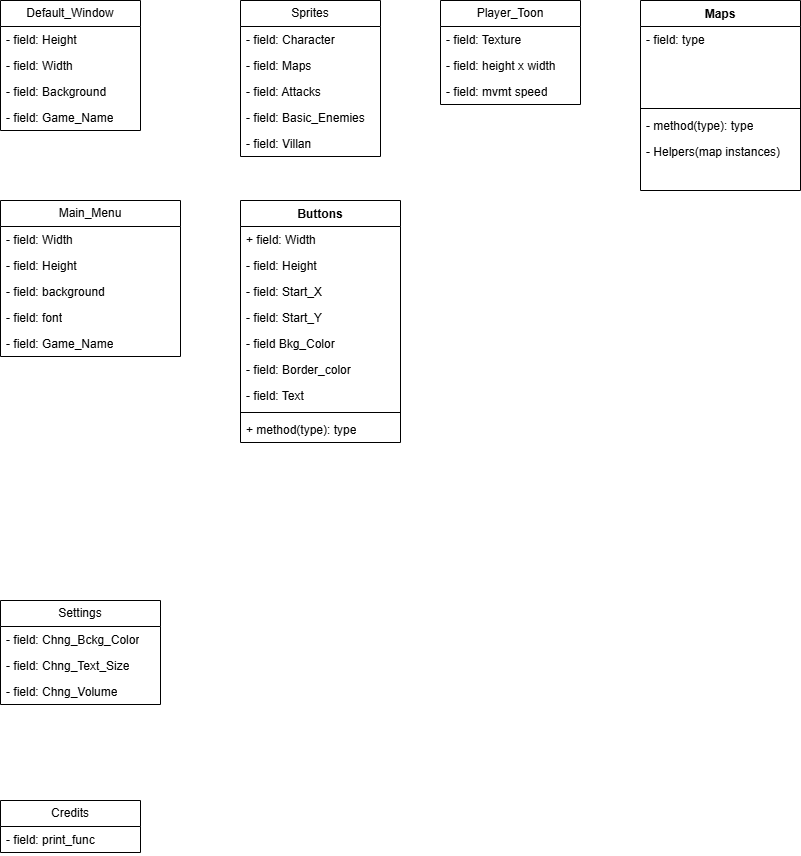
This is Documentation/UMLs/Rob_UML_WK1.4.drawio.png from gilbertk23/Code-R.O.B, a draw.io export, as it was before one commit. Source tidied: cells renumbered, new cells last; positions are measured from the earlier drawing's top-left corner, leaving out a move shared by most shapes.
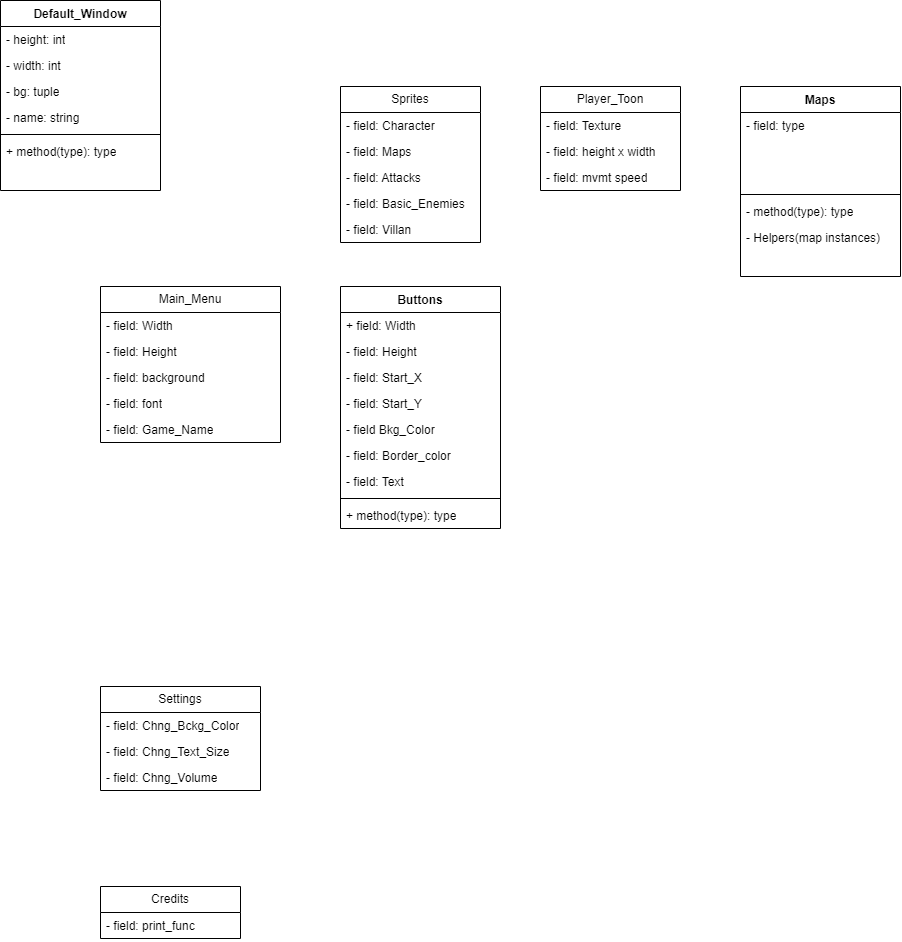
The same diagram one commit later.

Diff of the diagram source:
```diff
@@ -2,21 +2,6 @@
   <root>
     <mxCell id="0" />
     <mxCell id="1" parent="0" />
-    <mxCell id="2" value="Default_Window" style="swimlane;fontStyle=0;horizontal=1;startSize=26;fillColor=none;whiteSpace=wrap;html=1;" parent="1" vertex="1">
-      <mxGeometry width="140" height="130" as="geometry" />
-    </mxCell>
-    <mxCell id="3" value="- field: Height" style="text;strokeColor=none;fillColor=none;align=left;verticalAlign=top;spacingLeft=4;spacingRight=4;overflow=hidden;whiteSpace=wrap;html=1;" parent="2" vertex="1">
-      <mxGeometry y="26" width="140" height="26" as="geometry" />
-    </mxCell>
-    <mxCell id="4" value="- field: Width" style="text;strokeColor=none;fillColor=none;align=left;verticalAlign=top;spacingLeft=4;spacingRight=4;overflow=hidden;whiteSpace=wrap;html=1;" parent="2" vertex="1">
-      <mxGeometry y="52" width="140" height="26" as="geometry" />
-    </mxCell>
-    <mxCell id="5" value="- field: Background" style="text;strokeColor=none;fillColor=none;align=left;verticalAlign=top;spacingLeft=4;spacingRight=4;overflow=hidden;whiteSpace=wrap;html=1;" parent="2" vertex="1">
-      <mxGeometry y="78" width="140" height="26" as="geometry" />
-    </mxCell>
-    <mxCell id="6" value="- field: Game_Name" style="text;strokeColor=none;fillColor=none;align=left;verticalAlign=top;spacingLeft=4;spacingRight=4;overflow=hidden;whiteSpace=wrap;html=1;" parent="2" vertex="1">
-      <mxGeometry y="104" width="140" height="26" as="geometry" />
-    </mxCell>
     <mxCell id="7" value="Sprites" style="swimlane;fontStyle=0;horizontal=1;startSize=26;fillColor=none;whiteSpace=wrap;html=1;" parent="1" vertex="1">
       <mxGeometry x="240" width="140" height="156" as="geometry" />
     </mxCell>
@@ -137,5 +122,29 @@
     <mxCell id="46" value="+ method(type): type" style="text;strokeColor=none;fillColor=none;align=left;verticalAlign=top;spacingLeft=4;spacingRight=4;overflow=hidden;whiteSpace=wrap;html=1;" parent="37" vertex="1">
       <mxGeometry y="216" width="160" height="26" as="geometry" />
     </mxCell>
+    <mxCell id="2" value="Default_Window" style="swimlane;fontStyle=1;align=center;verticalAlign=top;horizontal=1;startSize=26;whiteSpace=wrap;html=1;" parent="1" vertex="1">
+      <mxGeometry x="-100" y="-86" width="160" height="190" as="geometry" />
+    </mxCell>
+    <mxCell id="47" value="- height: int" style="text;strokeColor=none;fillColor=none;align=left;verticalAlign=top;spacingLeft=4;spacingRight=4;overflow=hidden;whiteSpace=wrap;html=1;" parent="2" vertex="1">
+      <mxGeometry y="26" width="160" height="26" as="geometry" />
+    </mxCell>
+    <mxCell id="48" value="- width: int" style="text;strokeColor=none;fillColor=none;align=left;verticalAlign=top;spacingLeft=4;spacingRight=4;overflow=hidden;whiteSpace=wrap;html=1;" parent="2" vertex="1">
+      <mxGeometry y="52" width="160" height="26" as="geometry" />
+    </mxCell>
+    <mxCell id="49" value="- bg: tuple" style="text;strokeColor=none;fillColor=none;align=left;verticalAlign=top;spacingLeft=4;spacingRight=4;overflow=hidden;whiteSpace=wrap;html=1;" parent="2" vertex="1">
+      <mxGeometry y="78" width="160" height="26" as="geometry" />
+    </mxCell>
+    <mxCell id="50" value="- name: string" style="text;strokeColor=none;fillColor=none;align=left;verticalAlign=top;spacingLeft=4;spacingRight=4;overflow=hidden;whiteSpace=wrap;html=1;" parent="2" vertex="1">
+      <mxGeometry y="104" width="160" height="26" as="geometry" />
+    </mxCell>
+    <mxCell id="51" style="line;strokeWidth=1;fillColor=none;align=left;verticalAlign=middle;spacingTop=-1;spacingLeft=3;spacingRight=3;labelPosition=right;strokeColor=inherit;" parent="2" vertex="1">
+      <mxGeometry y="130" width="160" height="8" as="geometry" />
+    </mxCell>
+    <mxCell id="52" value="+ method(type): type" style="text;strokeColor=none;fillColor=none;align=left;verticalAlign=top;spacingLeft=4;spacingRight=4;overflow=hidden;whiteSpace=wrap;html=1;" parent="2" vertex="1">
+      <mxGeometry y="138" width="160" height="26" as="geometry" />
+    </mxCell>
+    <mxCell id="53" style="text;strokeColor=none;fillColor=none;align=left;verticalAlign=top;spacingLeft=4;spacingRight=4;overflow=hidden;whiteSpace=wrap;html=1;" parent="2" vertex="1">
+      <mxGeometry y="164" width="160" height="26" as="geometry" />
+    </mxCell>
   </root>
 </mxGraphModel>
```
